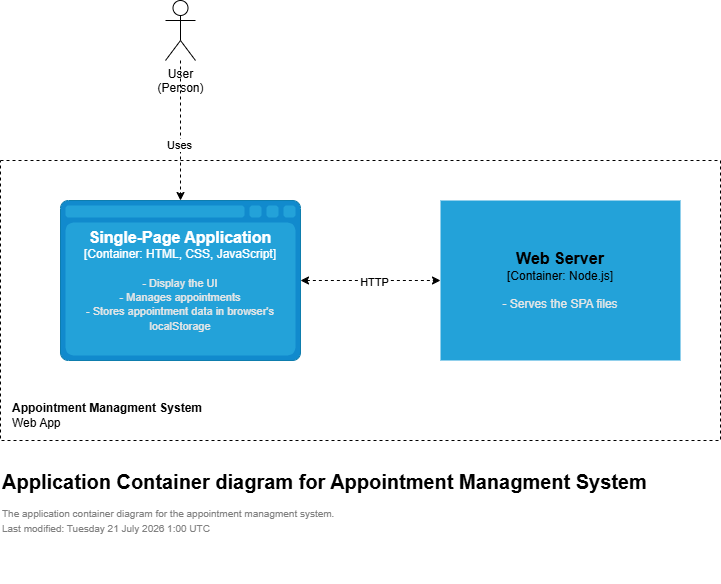
This is docs/diagrams/c4-container.png from ingrid2506/appointment-management-system, a draw.io export, as it was before one commit. Source tidied: cells renumbered, new cells last; positions are measured from the earlier drawing's top-left corner, leaving out a move shared by most shapes.
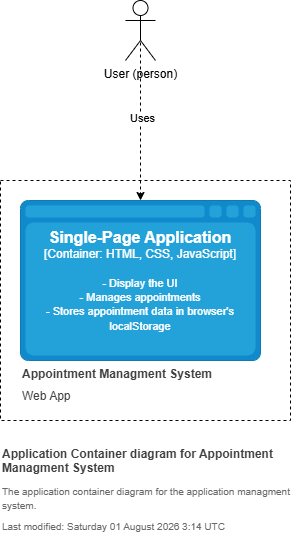
The same file after the commit.

Commit message:
feat: replace container diagram with updated C4 container image and remove obsolete draw.io file

What changed in the source:
```diff
@@ -2,37 +2,28 @@
   <root>
     <mxCell id="0" />
     <mxCell id="1" parent="0" />
-    <mxCell id="2" style="rounded=0;whiteSpace=wrap;html=1;fillColor=none;dashed=1;" parent="1" vertex="1">
-      <mxGeometry y="160" width="720" height="280" as="geometry" />
-    </mxCell>
-    <mxCell id="3" value="User&lt;div&gt;(Person)&lt;/div&gt;" style="shape=umlActor;verticalLabelPosition=bottom;verticalAlign=top;html=1;outlineConnect=0;" parent="1" vertex="1">
-      <mxGeometry x="165" width="30" height="60" as="geometry" />
+    <mxCell id="3" value="User (person)" style="shape=umlActor;verticalLabelPosition=bottom;verticalAlign=top;html=1;outlineConnect=0;" parent="1" vertex="1">
+      <mxGeometry x="125" y="-70" width="30" height="60" as="geometry" />
     </mxCell>
-    <mxCell id="4" value="&lt;h1 style=&quot;margin-top: 0px;&quot;&gt;&lt;font style=&quot;font-size: 20px;&quot;&gt;Application Container diagram for Appointment Managment System&lt;/font&gt;&lt;/h1&gt;&lt;p style=&quot;line-height: 20%;&quot;&gt;&lt;font style=&quot;color: rgb(128, 128, 128); font-size: 10px;&quot;&gt;The application container diagram for the appointment managment system.&lt;/font&gt;&lt;/p&gt;&lt;p style=&quot;line-height: 20%;&quot;&gt;&lt;font style=&quot;color: rgb(128, 128, 128); font-size: 10px;&quot;&gt;Last modified: Tuesday 21 July 2026 1:00 UTC&lt;/font&gt;&lt;/p&gt;" style="text;html=1;whiteSpace=wrap;overflow=hidden;rounded=0;" parent="1" vertex="1">
-      <mxGeometry y="460" width="720" height="120" as="geometry" />
-    </mxCell>
+    <mxCell id="12" style="rounded=0;whiteSpace=wrap;html=1;dashed=1;fillColor=none;" parent="1" vertex="1">
+      <mxGeometry y="110" width="290" height="240" as="geometry" />
+    </mxCell>
+    <object id="13" label="&lt;font style=&quot;font-size: 16px&quot;&gt;&lt;b&gt;%c4Name%&lt;/b&gt;&lt;/font&gt;&lt;div&gt;[%c4Type%:&amp;nbsp;%c4Technology%]&lt;/div&gt;&lt;br&gt;&lt;div&gt;&lt;font style=&quot;font-size: 11px&quot;&gt;&lt;font&gt;%c4Description%&lt;/font&gt;&lt;/font&gt;&lt;/div&gt;" c4Description="- Display the UI&#10;- Manages appointments&#10;- Stores appointment data in browser's localStorage" c4Name="Single-Page Application" c4Technology="HTML, CSS, JavaScript" c4Type="Container" placeholders="1">
+      <mxCell style="shape=mxgraph.c4.webBrowserContainer2;whiteSpace=wrap;html=1;boundedLbl=1;rounded=0;labelBackgroundColor=none;strokeColor=#118ACD;fillColor=#23A2D9;strokeColor=#118ACD;strokeColor2=#0E7DAD;fontSize=12;fontColor=#FFFFFF;align=center;points=[[0.5,0,0],[1,0.25,0],[1,0.5,0],[1,0.75,0],[0.5,1,0],[0,0.75,0],[0,0.5,0],[0,0.25,0]];" parent="1" vertex="1">
+        <mxGeometry x="20" y="130" width="240" height="160" as="geometry" />
+      </mxCell>
+    </object>
+    <mxCell id="14" style="edgeStyle=none;html=1;exitX=0.5;exitY=0.5;exitDx=0;exitDy=0;exitPerimeter=0;entryX=0.5;entryY=0;entryDx=0;entryDy=0;entryPerimeter=0;dashed=1;" parent="1" edge="1" source="3" target="13">
+      <mxGeometry relative="1" as="geometry" />
+    </mxCell>
+    <mxCell id="8" value="Uses" style="edgeLabel;html=1;align=center;verticalAlign=middle;" parent="14" vertex="1">
+      <mxGeometry x="0.02" y="1" relative="1" as="geometry" />
+    </mxCell>
-    <object id="5" label="&lt;font style=&quot;font-size: 16px&quot;&gt;&lt;b&gt;%c4Name%&lt;/b&gt;&lt;/font&gt;&lt;div&gt;[%c4Type%:&amp;nbsp;%c4Technology%]&lt;/div&gt;&lt;br&gt;&lt;div&gt;&lt;font style=&quot;font-size: 11px&quot;&gt;&lt;font color=&quot;#E6E6E6&quot;&gt;%c4Description%&lt;/font&gt;&lt;/div&gt;" c4Description="- Display the UI&#10;- Manages appointments&#10;- Stores appointment data in browser's localStorage" c4Name="Single-Page Application" c4Technology="HTML, CSS, JavaScript" c4Type="Container" placeholders="1">
-      <mxCell style="shape=mxgraph.c4.webBrowserContainer2;whiteSpace=wrap;html=1;boundedLbl=1;rounded=0;labelBackgroundColor=none;strokeColor=#118ACD;fillColor=#23A2D9;strokeColor=#118ACD;strokeColor2=#0E7DAD;fontSize=12;fontColor=#ffffff;align=center;points=[[0.5,0,0],[1,0.25,0],[1,0.5,0],[1,0.75,0],[0.5,1,0],[0,0.75,0],[0,0.5,0],[0,0.25,0]];" parent="1" vertex="1">
-        <mxGeometry x="60" y="200" width="240" height="160" as="geometry" />
-      </mxCell>
-    </object>
+    <mxCell id="5" value="&lt;h1 style=&quot;margin-top: 0px;&quot;&gt;&lt;span style=&quot;color: rgb(63, 63, 63); background-color: transparent;&quot;&gt;Appointment Managment System&lt;/span&gt;&lt;/h1&gt;&lt;h1 style=&quot;margin-top: 0px;&quot;&gt;&lt;span style=&quot;color: rgb(63, 63, 63); background-color: transparent; font-weight: normal;&quot;&gt;Web App&lt;/span&gt;&lt;/h1&gt;" style="text;html=1;whiteSpace=wrap;overflow=hidden;rounded=0;fontSize=6;" parent="1" vertex="1">
+      <mxGeometry x="20" y="290" width="230" height="50" as="geometry" />
+    </mxCell>
-    <mxCell id="6" value="&lt;b&gt;&lt;font style=&quot;font-size: 16px;&quot;&gt;Web Server&lt;/font&gt;&lt;/b&gt;&lt;div&gt;[Container: Node.js]&lt;br&gt;&lt;br&gt;&lt;font style=&quot;color: rgb(230, 230, 230);&quot;&gt;- Serves the SPA files&lt;/font&gt;&lt;/div&gt;" style="rounded=0;whiteSpace=wrap;html=1;fillColor=light-dark(#23a2d9, #ededed);strokeColor=none;" parent="1" vertex="1">
-      <mxGeometry x="440" y="200" width="240" height="160" as="geometry" />
-    </mxCell>
-    <mxCell id="7" style="endArrow=classic;html=1;entryX=0.5;entryY=0;entryDx=0;entryDy=0;entryPerimeter=0;dashed=1;" parent="1" edge="1" source="3" target="5">
-      <mxGeometry relative="1" as="geometry" />
-    </mxCell>
-    <mxCell id="8" value="Uses" style="edgeLabel;html=1;align=center;verticalAlign=middle;" parent="7" vertex="1">
-      <mxGeometry x="0.21" y="-2" relative="1" as="geometry" />
-    </mxCell>
-    <mxCell id="9" style="endArrow=classic;startArrow=classic;html=1;exitX=1;exitY=0.5;exitDx=0;exitDy=0;exitPerimeter=0;entryX=0;entryY=0.5;entryDx=0;entryDy=0;dashed=1;" parent="1" edge="1" source="5" target="6">
-      <mxGeometry relative="1" as="geometry" />
-    </mxCell>
-    <mxCell id="10" value="HTTP" style="edgeLabel;html=1;align=center;verticalAlign=middle;" parent="9" vertex="1">
-      <mxGeometry x="0.04" y="-1" relative="1" as="geometry" />
-    </mxCell>
-    <mxCell id="11" value="Appointment Managment System&lt;div&gt;&lt;span style=&quot;font-weight: normal;&quot;&gt;Web App&lt;/span&gt;&lt;/div&gt;" style="text;html=1;align=left;verticalAlign=middle;whiteSpace=wrap;rounded=0;fontStyle=1;" parent="1" vertex="1">
-      <mxGeometry x="10" y="400" width="230" height="30" as="geometry" />
-    </mxCell>
+    <mxCell id="15" value="&lt;h1 style=&quot;margin-top: 0px;&quot;&gt;&lt;span style=&quot;color: rgb(63, 63, 63); background-color: transparent;&quot;&gt;Application Container diagram for Appointment Managment System&lt;/span&gt;&lt;/h1&gt;&lt;h1 style=&quot;margin-top: 0px;&quot;&gt;&lt;span style=&quot;background-color: transparent; font-weight: normal;&quot;&gt;&lt;font style=&quot;color: rgb(104, 104, 104); font-size: 10px;&quot;&gt;The application container diagram for the application managment system.&lt;/font&gt;&lt;/span&gt;&lt;/h1&gt;&lt;div&gt;&lt;span style=&quot;background-color: transparent; font-weight: normal;&quot;&gt;&lt;font style=&quot;color: rgb(104, 104, 104); font-size: 10px;&quot;&gt;Last modified: Saturday 01 August 2026 3:14 UTC&lt;/font&gt;&lt;/span&gt;&lt;/div&gt;" style="text;html=1;whiteSpace=wrap;overflow=hidden;rounded=0;fontSize=6;" parent="1" vertex="1">
+      <mxGeometry y="370" width="300" height="100" as="geometry" />
+    </mxCell>
   </root>
 </mxGraphModel>
```
